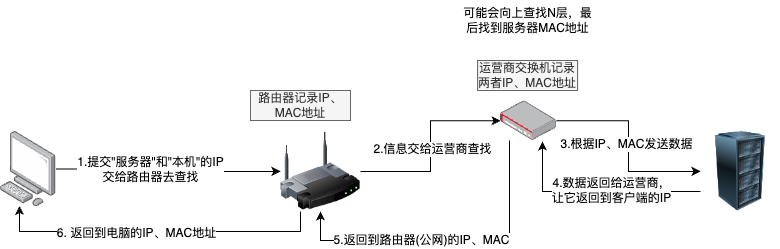
JYbill/draw keeps this draw.io diagram as ARP协议_获取MAC地址.drawio.png. Above is the earlier version. Source tidied: cells renumbered, new cells last; positions are measured from the earlier drawing's top-left corner, leaving out a move shared by most shapes.
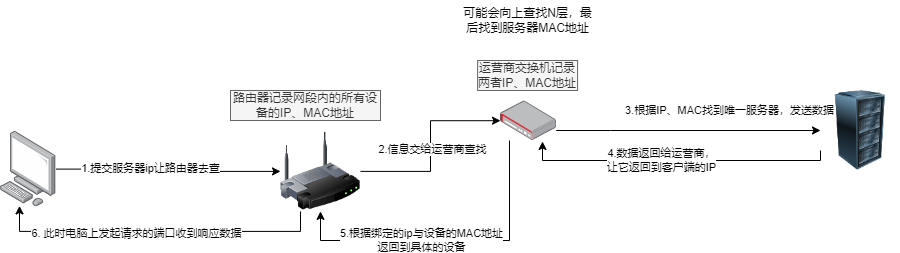
After the change.

Commit message:
更新ARP协议_获取MAC地址.drawio.png

What changed in the source:
```diff
@@ -5,9 +5,9 @@
     <mxCell id="2" style="edgeStyle=orthogonalEdgeStyle;rounded=0;jettySize=auto;html=1;" parent="1" edge="1" source="4" target="9">
       <mxGeometry relative="1" as="geometry" />
     </mxCell>
-    <mxCell id="3" value="1.提交&quot;服务器&quot;和&quot;本机&quot;的IP&lt;br&gt;交给路由器去查找" style="edgeLabel;html=1;align=center;verticalAlign=middle;" parent="2" vertex="1">
+    <mxCell id="3" value="1.提交服务器ip让路由器去查" style="edgeLabel;html=1;align=center;verticalAlign=middle;" parent="2" vertex="1">
       <mxGeometry x="-0.28" y="-3" relative="1" as="geometry">
-        <mxPoint x="12" y="-3" as="offset" />
+        <mxPoint x="12" y="-4" as="offset" />
       </mxGeometry>
     </mxCell>
     <mxCell id="4" style="image;points=[];html=1;align=center;shadow=0;dashed=0;image=img/lib/allied_telesis/computer_and_terminals/Personal_Computer.svg;" parent="1" vertex="1">
@@ -22,7 +22,7 @@
     <mxCell id="7" style="edgeStyle=orthogonalEdgeStyle;rounded=0;jettySize=auto;html=1;exitX=0.25;exitY=1;exitDx=0;exitDy=0;entryX=0.342;entryY=0.989;entryDx=0;entryDy=0;entryPerimeter=0;" parent="1" edge="1" source="9" target="4">
       <mxGeometry relative="1" as="geometry" />
     </mxCell>
-    <mxCell id="8" value="6. 返回到电脑的IP、MAC地址" style="edgeLabel;html=1;align=center;verticalAlign=middle;" parent="7" vertex="1">
+    <mxCell id="8" value="6. 此时电脑上发起请求的端口收到响应数据" style="edgeLabel;html=1;align=center;verticalAlign=middle;" parent="7" vertex="1">
       <mxGeometry x="0.3" y="2" relative="1" as="geometry">
         <mxPoint x="28" as="offset" />
       </mxGeometry>
@@ -31,10 +31,17 @@
       <mxGeometry x="280" y="130.9" width="80" height="80" as="geometry" />
     </mxCell>
     <mxCell id="10" style="edgeStyle=orthogonalEdgeStyle;rounded=0;jettySize=auto;html=1;" parent="1" edge="1" source="14" target="18">
-      <mxGeometry relative="1" as="geometry" />
+      <mxGeometry relative="1" as="geometry">
+        <Array as="points">
+          <mxPoint x="610" y="130" />
+          <mxPoint x="610" y="130" />
+        </Array>
+      </mxGeometry>
     </mxCell>
-    <mxCell id="11" value="3.根据IP、MAC发送数据" style="edgeLabel;html=1;align=center;verticalAlign=middle;" parent="10" vertex="1">
-      <mxGeometry x="-0.02" y="-2" relative="1" as="geometry" />
+    <mxCell id="11" value="3.根据IP、MAC找到唯一服务器，发送数据" style="edgeLabel;html=1;align=center;verticalAlign=middle;" parent="10" vertex="1">
+      <mxGeometry x="-0.02" y="-2" relative="1" as="geometry">
+        <mxPoint x="44" y="-23" as="offset" />
+      </mxGeometry>
     </mxCell>
     <mxCell id="12" style="edgeStyle=orthogonalEdgeStyle;rounded=0;jettySize=auto;html=1;exitX=0.161;exitY=1;exitDx=0;exitDy=0;exitPerimeter=0;entryX=0.5;entryY=1;entryDx=0;entryDy=0;" parent="1" edge="1" source="14" target="9">
       <mxGeometry relative="1" as="geometry">
@@ -44,7 +51,7 @@
         </Array>
       </mxGeometry>
     </mxCell>
-    <mxCell id="13" value="5.返回到路由器(公网)的IP、MAC" style="edgeLabel;html=1;align=center;verticalAlign=middle;" parent="12" vertex="1">
+    <mxCell id="13" value="5.根据绑定的ip与设备的MAC地址&lt;br&gt;返回到具体的设备" style="edgeLabel;html=1;align=center;verticalAlign=middle;" parent="12" vertex="1">
       <mxGeometry x="0.29" y="-1" relative="1" as="geometry">
         <mxPoint x="16" as="offset" />
       </mxGeometry>
@@ -56,18 +63,23 @@
       <mxGeometry x="460.6" width="133.1" height="40" as="geometry" />
     </mxCell>
     <mxCell id="16" style="edgeStyle=orthogonalEdgeStyle;rounded=0;jettySize=auto;html=1;exitX=0;exitY=0.75;exitDx=0;exitDy=0;entryX=0.753;entryY=1.025;entryDx=0;entryDy=0;entryPerimeter=0;" parent="1" edge="1" source="18" target="14">
-      <mxGeometry relative="1" as="geometry" />
+      <mxGeometry relative="1" as="geometry">
+        <Array as="points">
+          <mxPoint x="820" y="160" />
+          <mxPoint x="542" y="160" />
+        </Array>
+      </mxGeometry>
     </mxCell>
     <mxCell id="17" value="4.数据返回给运营商，&lt;br&gt;让它返回到客户端的IP" style="edgeLabel;html=1;align=center;verticalAlign=middle;" parent="16" vertex="1">
       <mxGeometry x="0.02" y="-1" relative="1" as="geometry">
-        <mxPoint x="16" as="offset" />
+        <mxPoint x="-13" as="offset" />
       </mxGeometry>
     </mxCell>
     <mxCell id="18" style="image;html=1;image=img/lib/clip_art/computers/Server_Rack_128x128.png;" parent="1" vertex="1">
-      <mxGeometry x="700" y="130.9" width="80" height="80" as="geometry" />
+      <mxGeometry x="820" y="90" width="80" height="80" as="geometry" />
     </mxCell>
-    <mxCell id="19" value="路由器记录IP、MAC地址" style="text;html=1;strokeColor=#666666;fillColor=#f5f5f5;align=center;verticalAlign=middle;whiteSpace=wrap;rounded=0;fontColor=#333333;" parent="1" vertex="1">
-      <mxGeometry x="250" y="90" width="100" height="30" as="geometry" />
+    <mxCell id="19" value="路由器记录网段内的所有设备的IP、MAC地址" style="text;html=1;strokeColor=#666666;fillColor=#f5f5f5;align=center;verticalAlign=middle;whiteSpace=wrap;rounded=0;fontColor=#333333;" parent="1" vertex="1">
+      <mxGeometry x="230" y="90" width="150" height="30" as="geometry" />
     </mxCell>
     <mxCell id="20" value="运营商交换机记录两者IP、MAC地址" style="text;html=1;strokeColor=#666666;fillColor=#f5f5f5;align=center;verticalAlign=middle;whiteSpace=wrap;rounded=0;fontColor=#333333;" parent="1" vertex="1">
       <mxGeometry x="477.1" y="60" width="100" height="30" as="geometry" />
```
